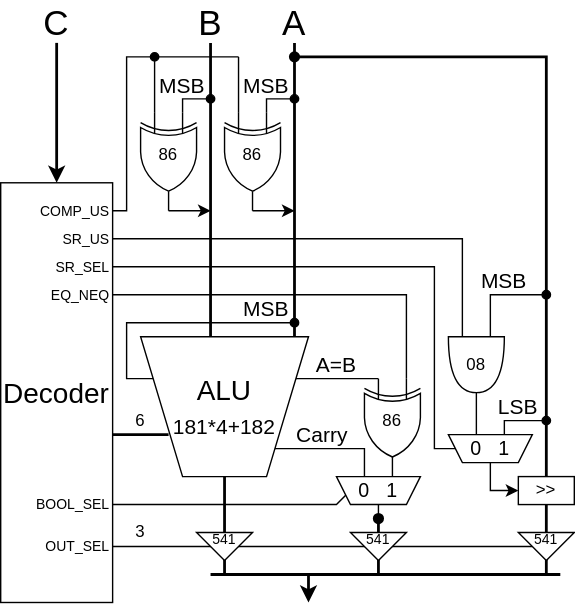
Earlier version of the draw.io export Lab/Computer/RK16/9_Hardware/img/ALU.dio.svg (amane-uehara/kanade-k-1228.github.io). Source tidied: cells renumbered, new cells last; positions are measured from the earlier drawing's top-left corner, leaving out a move shared by most shapes.
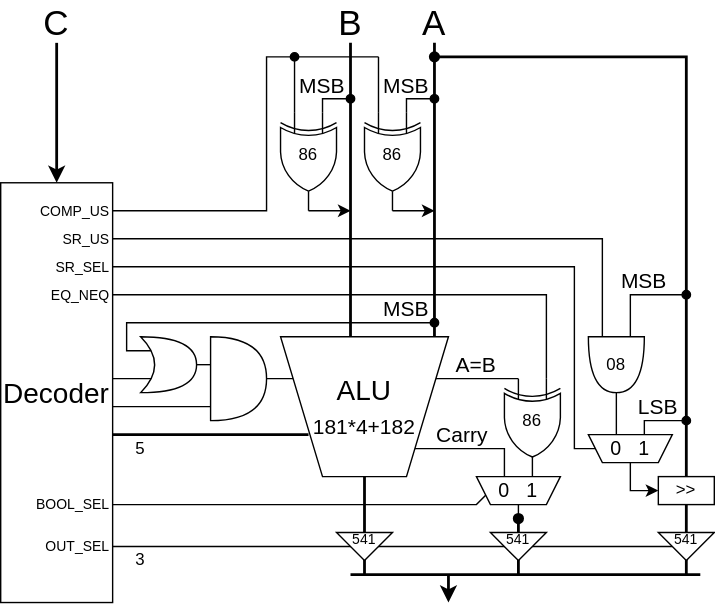
After the commit.

Change to the diagram source:
```diff
@@ -2,9 +2,21 @@
   <root>
     <mxCell id="0" />
     <mxCell id="1" parent="0" />
+    <mxCell id="76" style="endArrow=none;html=1;" parent="1" edge="1">
+      <mxGeometry relative="1" as="geometry">
+        <mxPoint x="-20" y="270" as="sourcePoint" />
+        <mxPoint x="10" y="270" as="targetPoint" />
+      </mxGeometry>
+    </mxCell>
+    <mxCell id="77" style="endArrow=none;html=1;" parent="1" edge="1">
+      <mxGeometry relative="1" as="geometry">
+        <mxPoint x="90" y="270" as="sourcePoint" />
+        <mxPoint x="120" y="270" as="targetPoint" />
+      </mxGeometry>
+    </mxCell>
     <mxCell id="2" style="endArrow=none;html=1;fontSize=20;rounded=0;endFill=0;" parent="1" edge="1">
       <mxGeometry relative="1" as="geometry">
-        <mxPoint x="80" y="190" as="sourcePoint" />
+        <mxPoint x="-20" y="190" as="sourcePoint" />
         <mxPoint x="330" y="320" as="targetPoint" />
         <Array as="points">
           <mxPoint x="310" y="190" />
@@ -15,10 +27,11 @@
     <mxCell id="3" style="endArrow=none;html=1;fontSize=20;strokeWidth=1;startArrow=oval;startFill=1;endFill=0;rounded=0;" parent="1" edge="1">
       <mxGeometry relative="1" as="geometry">
         <mxPoint x="210" y="230" as="sourcePoint" />
-        <mxPoint x="110" y="270" as="targetPoint" />
+        <mxPoint x="10" y="250" as="targetPoint" />
         <Array as="points">
           <mxPoint x="90" y="230" />
-          <mxPoint x="90" y="270" />
+          <mxPoint x="-10" y="230" />
+          <mxPoint x="-10" y="250" />
         </Array>
       </mxGeometry>
     </mxCell>
@@ -42,7 +55,7 @@
     </mxCell>
     <mxCell id="7" style="endArrow=none;html=1;fontSize=20;endFill=0;rounded=0;" parent="1" edge="1">
       <mxGeometry relative="1" as="geometry">
-        <mxPoint x="80" y="360" as="sourcePoint" />
+        <mxPoint x="-20" y="360" as="sourcePoint" />
         <mxPoint x="250" y="350" as="targetPoint" />
         <Array as="points">
           <mxPoint x="240" y="360" />
@@ -63,7 +76,7 @@
     </mxCell>
     <mxCell id="11" style="endArrow=none;html=1;fontSize=20;rounded=0;endFill=0;" parent="1" edge="1">
       <mxGeometry relative="1" as="geometry">
-        <mxPoint x="80" y="170" as="sourcePoint" />
+        <mxPoint x="-20" y="170" as="sourcePoint" />
         <mxPoint x="330" y="240" as="targetPoint" />
         <Array as="points">
           <mxPoint x="330" y="170" />
@@ -80,7 +93,7 @@
       </mxGeometry>
     </mxCell>
     <mxCell id="13" value="Decoder" style="rounded=0;whiteSpace=wrap;html=1;fontSize=20;" parent="1" vertex="1">
-      <mxGeometry y="130" width="80" height="300" as="geometry" />
+      <mxGeometry x="-100" y="130" width="80" height="300" as="geometry" />
     </mxCell>
     <mxCell id="14" style="verticalLabelPosition=bottom;shadow=0;dashed=0;align=center;html=1;verticalAlign=top;shape=mxgraph.electrical.logic_gates.logic_gate;operation=xor;fontSize=20;direction=south;" parent="1" vertex="1">
       <mxGeometry x="100" y="80" width="40" height="70" as="geometry" />
@@ -99,7 +112,7 @@
     </mxCell>
     <mxCell id="17" style="endArrow=none;html=1;rounded=0;strokeWidth=1;fontSize=15;" parent="1" edge="1">
       <mxGeometry relative="1" as="geometry">
-        <mxPoint x="80" y="150" as="sourcePoint" />
+        <mxPoint x="-20" y="150" as="sourcePoint" />
         <mxPoint x="170" y="40" as="targetPoint" />
         <Array as="points">
           <mxPoint x="90" y="150" />
@@ -160,7 +173,7 @@
     </mxCell>
     <mxCell id="27" style="endArrow=none;html=1;fontSize=20;strokeWidth=2;endFill=0;" parent="1" edge="1">
       <mxGeometry relative="1" as="geometry">
-        <mxPoint x="80" y="310" as="sourcePoint" />
+        <mxPoint x="-20" y="310" as="sourcePoint" />
         <mxPoint x="120" y="310" as="targetPoint" />
       </mxGeometry>
     </mxCell>
@@ -199,12 +212,12 @@
     </mxCell>
     <mxCell id="33" style="endArrow=classic;html=1;fontSize=20;strokeWidth=2;" parent="1" edge="1">
       <mxGeometry relative="1" as="geometry">
-        <mxPoint x="40" y="30" as="sourcePoint" />
-        <mxPoint x="40" y="130" as="targetPoint" />
+        <mxPoint x="-60" y="30" as="sourcePoint" />
+        <mxPoint x="-60" y="130" as="targetPoint" />
       </mxGeometry>
     </mxCell>
     <mxCell id="34" value="C" style="text;html=1;strokeColor=none;fillColor=none;align=center;verticalAlign=middle;whiteSpace=wrap;rounded=0;fontSize=25;" parent="1" vertex="1">
-      <mxGeometry x="20" width="40" height="30" as="geometry" />
+      <mxGeometry x="-80" width="40" height="30" as="geometry" />
     </mxCell>
     <mxCell id="35" style="endArrow=none;html=1;fontSize=20;endFill=0;rounded=0;" parent="1" edge="1">
       <mxGeometry relative="1" as="geometry">
@@ -250,7 +263,7 @@
     </mxCell>
     <mxCell id="44" style="endArrow=none;html=1;fontSize=20;rounded=0;endFill=0;" parent="1" edge="1">
       <mxGeometry relative="1" as="geometry">
-        <mxPoint x="80" y="210" as="sourcePoint" />
+        <mxPoint x="-20" y="210" as="sourcePoint" />
         <mxPoint x="290" y="270" as="targetPoint" />
         <Array as="points">
           <mxPoint x="290" y="210" />
@@ -265,7 +278,7 @@
     </mxCell>
     <mxCell id="46" style="endArrow=none;html=1;fontSize=20;endFill=0;rounded=0;" parent="1" edge="1">
       <mxGeometry relative="1" as="geometry">
-        <mxPoint x="80" y="390" as="sourcePoint" />
+        <mxPoint x="-20" y="390" as="sourcePoint" />
         <mxPoint x="380" y="390" as="targetPoint" />
       </mxGeometry>
     </mxCell>
@@ -308,11 +321,11 @@
     <mxCell id="58" value="86" style="text;html=1;strokeColor=none;fillColor=none;align=center;verticalAlign=middle;whiteSpace=wrap;rounded=0;" parent="1" vertex="1">
       <mxGeometry x="110" y="100" width="20" height="20" as="geometry" />
     </mxCell>
-    <mxCell id="59" value="6" style="text;html=1;strokeColor=none;fillColor=none;align=center;verticalAlign=middle;whiteSpace=wrap;rounded=0;" parent="1" vertex="1">
-      <mxGeometry x="90" y="290" width="20" height="20" as="geometry" />
+    <mxCell id="59" value="5" style="text;html=1;strokeColor=none;fillColor=none;align=center;verticalAlign=middle;whiteSpace=wrap;rounded=0;" parent="1" vertex="1">
+      <mxGeometry x="-10" y="310" width="20" height="20" as="geometry" />
     </mxCell>
     <mxCell id="60" value="3" style="text;html=1;strokeColor=none;fillColor=none;align=center;verticalAlign=middle;whiteSpace=wrap;rounded=0;" parent="1" vertex="1">
-      <mxGeometry x="90" y="370" width="20" height="20" as="geometry" />
+      <mxGeometry x="-10" y="390" width="20" height="20" as="geometry" />
     </mxCell>
     <mxCell id="61" style="shape=or;whiteSpace=wrap;html=1;direction=south;" parent="1" vertex="1">
       <mxGeometry x="320" y="240" width="40" height="40" as="geometry" />
@@ -348,22 +361,40 @@
       <mxGeometry x="170" y="210" width="40" height="20" as="geometry" />
     </mxCell>
     <mxCell id="70" value="BOOL_SEL" style="text;html=1;strokeColor=none;fillColor=none;align=right;verticalAlign=middle;whiteSpace=wrap;rounded=0;fontSize=10;" parent="1" vertex="1">
-      <mxGeometry x="20" y="350" width="60" height="20" as="geometry" />
+      <mxGeometry x="-80" y="350" width="60" height="20" as="geometry" />
     </mxCell>
     <mxCell id="71" value="OUT_SEL" style="text;html=1;strokeColor=none;fillColor=none;align=right;verticalAlign=middle;whiteSpace=wrap;rounded=0;fontSize=10;" parent="1" vertex="1">
-      <mxGeometry x="20" y="380" width="60" height="20" as="geometry" />
+      <mxGeometry x="-80" y="380" width="60" height="20" as="geometry" />
     </mxCell>
     <mxCell id="72" value="EQ_NEQ" style="text;html=1;strokeColor=none;fillColor=none;align=right;verticalAlign=middle;whiteSpace=wrap;rounded=0;fontSize=10;" parent="1" vertex="1">
-      <mxGeometry x="20" y="200" width="60" height="20" as="geometry" />
+      <mxGeometry x="-80" y="200" width="60" height="20" as="geometry" />
     </mxCell>
     <mxCell id="73" value="SR_US" style="text;html=1;strokeColor=none;fillColor=none;align=right;verticalAlign=middle;whiteSpace=wrap;rounded=0;fontSize=10;" parent="1" vertex="1">
-      <mxGeometry x="20" y="160" width="60" height="20" as="geometry" />
+      <mxGeometry x="-80" y="160" width="60" height="20" as="geometry" />
     </mxCell>
     <mxCell id="74" value="COMP_US" style="text;html=1;strokeColor=none;fillColor=none;align=right;verticalAlign=middle;whiteSpace=wrap;rounded=0;fontSize=10;" parent="1" vertex="1">
-      <mxGeometry x="20" y="140" width="60" height="20" as="geometry" />
+      <mxGeometry x="-80" y="140" width="60" height="20" as="geometry" />
     </mxCell>
     <mxCell id="75" value="SR_SEL" style="text;html=1;strokeColor=none;fillColor=none;align=right;verticalAlign=middle;whiteSpace=wrap;rounded=0;fontSize=10;" parent="1" vertex="1">
-      <mxGeometry x="20" y="180" width="60" height="20" as="geometry" />
+      <mxGeometry x="-80" y="180" width="60" height="20" as="geometry" />
     </mxCell>
+    <mxCell id="78" style="shape=or;whiteSpace=wrap;html=1;direction=east;" parent="1" vertex="1">
+      <mxGeometry x="50" y="240" width="40" height="60" as="geometry" />
+    </mxCell>
+    <mxCell id="79" style="shape=xor;whiteSpace=wrap;html=1;" parent="1" vertex="1">
+      <mxGeometry y="240" width="40" height="40" as="geometry" />
+    </mxCell>
+    <mxCell id="80" style="endArrow=none;html=1;rounded=0;" parent="1" edge="1">
+      <mxGeometry relative="1" as="geometry">
+        <mxPoint x="40" y="260" as="sourcePoint" />
+        <mxPoint x="50" y="260" as="targetPoint" />
+      </mxGeometry>
+    </mxCell>
+    <mxCell id="81" style="endArrow=none;html=1;rounded=0;" parent="1" edge="1">
+      <mxGeometry relative="1" as="geometry">
+        <mxPoint x="-20" y="290" as="sourcePoint" />
+        <mxPoint x="50" y="290" as="targetPoint" />
+      </mxGeometry>
+    </mxCell>
   </root>
 </mxGraphModel>
```
